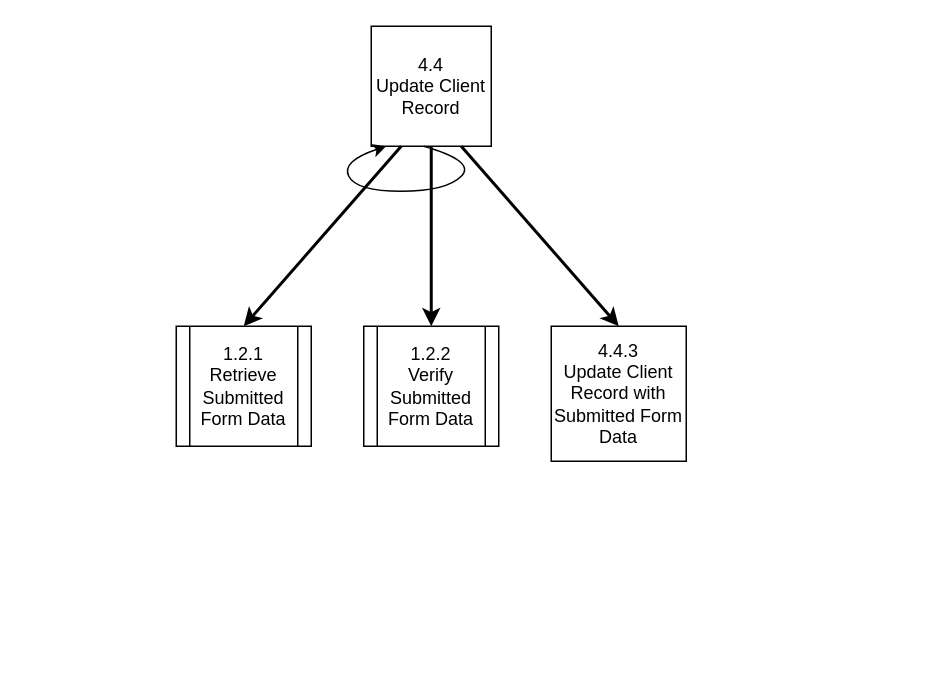
Above: page "4.4 Update Client Record" (4 of 4) of Diagrams/StructureCharts/Proc4UpdateClient.drawio in Harlento/SchedulingSystem (draw.io), before the change. Source tidied: cells renumbered, new cells numbered last; positions are measured from the earlier drawing's top-left corner, leaving out a move shared by most shapes. Both pictures are drawn from the tidied source at 150%, with x=0, y=0 at pixel (176, 26).
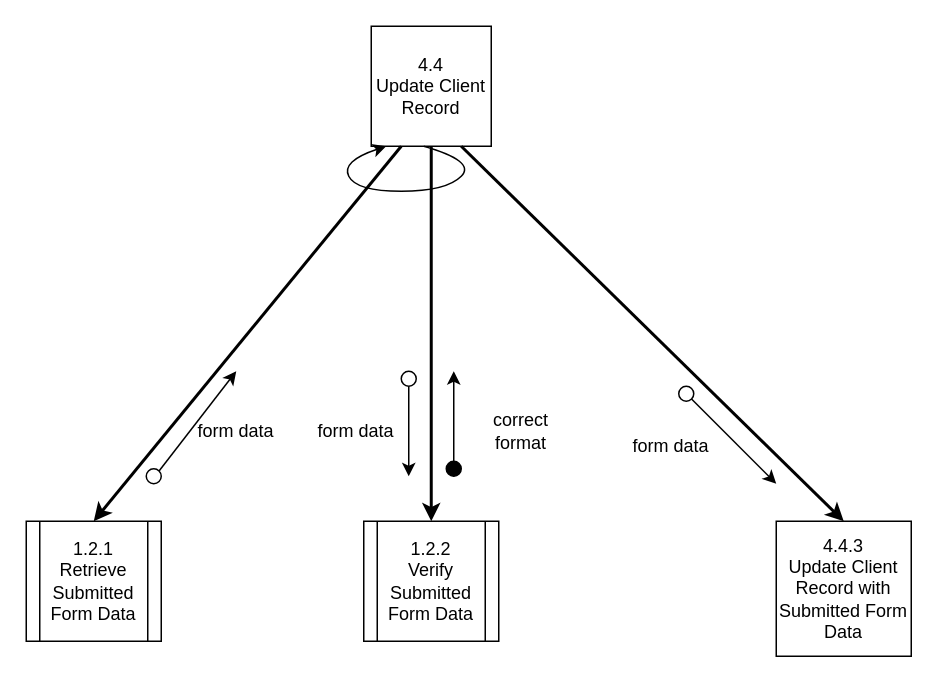
After the change.

Diff of the diagram source:
```diff
@@
     <mxCell id="4" value="&lt;span style=&quot;white-space: normal&quot;&gt;1.2.1&lt;br&gt;&lt;/span&gt;Retrieve Submitted Form Data" style="shape=process;whiteSpace=wrap;html=1;backgroundOutline=1;" parent="1" vertex="1">
-      <mxGeometry y="200" width="90" height="80" as="geometry" />
+      <mxGeometry x="-100" y="330" width="90" height="80" as="geometry" />
     </mxCell>
     <mxCell id="5" value="&lt;span style=&quot;white-space: normal&quot;&gt;1.2.2&lt;br&gt;&lt;/span&gt;Verify Submitted Form Data" style="shape=process;whiteSpace=wrap;html=1;backgroundOutline=1;" parent="1" vertex="1">
-      <mxGeometry x="125" y="200" width="90" height="80" as="geometry" />
+      <mxGeometry x="125" y="330" width="90" height="80" as="geometry" />
     </mxCell>
@@
     <mxCell id="8" value="4.4.3&lt;br&gt;Update Client Record with Submitted Form Data" style="whiteSpace=wrap;html=1;" parent="1" vertex="1">
-      <mxGeometry x="250" y="200" width="90" height="90" as="geometry" />
+      <mxGeometry x="400" y="330" width="90" height="90" as="geometry" />
     </mxCell>
@@
+    <mxCell id="10" value="form data" style="text;html=1;strokeColor=none;fillColor=none;align=center;verticalAlign=middle;whiteSpace=wrap;rounded=0;" parent="1" vertex="1">
+      <mxGeometry x="300" y="260" width="60" height="40" as="geometry" />
+    </mxCell>
+    <mxCell id="11" style="endArrow=classic;html=1;exitX=1;exitY=1;exitDx=0;exitDy=0;" parent="1" edge="1" source="12">
+      <mxGeometry relative="1" as="geometry">
+        <mxPoint x="400" y="305" as="targetPoint" />
+      </mxGeometry>
+    </mxCell>
+    <mxCell id="12" style="ellipse;whiteSpace=wrap;html=1;fillColor=#FFFFFF;" parent="1" vertex="1">
+      <mxGeometry x="335" y="240" width="10" height="10" as="geometry" />
+    </mxCell>
+    <mxCell id="13" value="form data" style="text;html=1;strokeColor=none;fillColor=none;align=center;verticalAlign=middle;whiteSpace=wrap;rounded=0;" parent="1" vertex="1">
+      <mxGeometry x="10" y="260" width="60" height="20" as="geometry" />
+    </mxCell>
+    <mxCell id="14" style="endArrow=classic;html=1;exitX=0.5;exitY=1;exitDx=0;exitDy=0;" parent="1" edge="1" source="15">
+      <mxGeometry relative="1" as="geometry">
+        <mxPoint x="155" y="300" as="targetPoint" />
+      </mxGeometry>
+    </mxCell>
+    <mxCell id="15" style="ellipse;whiteSpace=wrap;html=1;fillColor=#FFFFFF;" parent="1" vertex="1">
+      <mxGeometry x="150" y="230" width="10" height="10" as="geometry" />
+    </mxCell>
+    <mxCell id="16" style="endArrow=classic;html=1;exitX=1;exitY=0;exitDx=0;exitDy=0;" parent="1" edge="1" source="17">
+      <mxGeometry relative="1" as="geometry">
+        <mxPoint x="40" y="230" as="targetPoint" />
+      </mxGeometry>
+    </mxCell>
+    <mxCell id="17" style="ellipse;whiteSpace=wrap;html=1;fillColor=#FFFFFF;" parent="1" vertex="1">
+      <mxGeometry x="-20" y="295" width="10" height="10" as="geometry" />
+    </mxCell>
+    <mxCell id="18" style="endArrow=classic;html=1;exitX=0.5;exitY=1;exitDx=0;exitDy=0;" parent="1" edge="1" source="19">
+      <mxGeometry relative="1" as="geometry">
+        <mxPoint x="185" y="230" as="targetPoint" />
+      </mxGeometry>
+    </mxCell>
+    <mxCell id="19" style="ellipse;whiteSpace=wrap;html=1;fillColor=#000000;" parent="1" vertex="1">
+      <mxGeometry x="180" y="290" width="10" height="10" as="geometry" />
+    </mxCell>
+    <mxCell id="20" value="form data" style="text;html=1;strokeColor=none;fillColor=none;align=center;verticalAlign=middle;whiteSpace=wrap;rounded=0;" parent="1" vertex="1">
+      <mxGeometry x="90" y="260" width="60" height="20" as="geometry" />
+    </mxCell>
+    <mxCell id="21" value="correct format" style="text;html=1;strokeColor=none;fillColor=none;align=center;verticalAlign=middle;whiteSpace=wrap;rounded=0;" parent="1" vertex="1">
+      <mxGeometry x="200" y="260" width="60" height="20" as="geometry" />
+    </mxCell>
```
